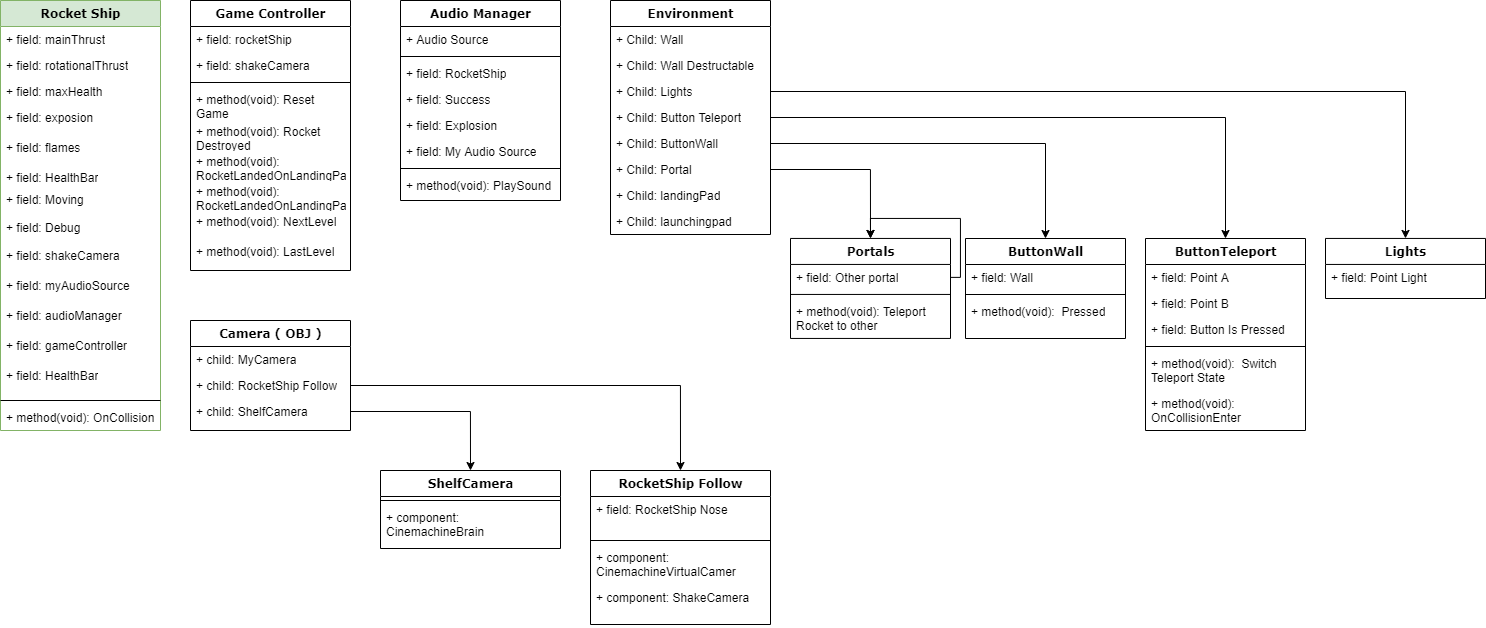
This is README_Img/Level-Object-Diagram.png from Kayyo321/Rocket-Ship-Platformer, a draw.io export, as it was before one commit. Source tidied: cells renumbered, new cells last; positions are measured from the earlier drawing's top-left corner, leaving out a move shared by most shapes.
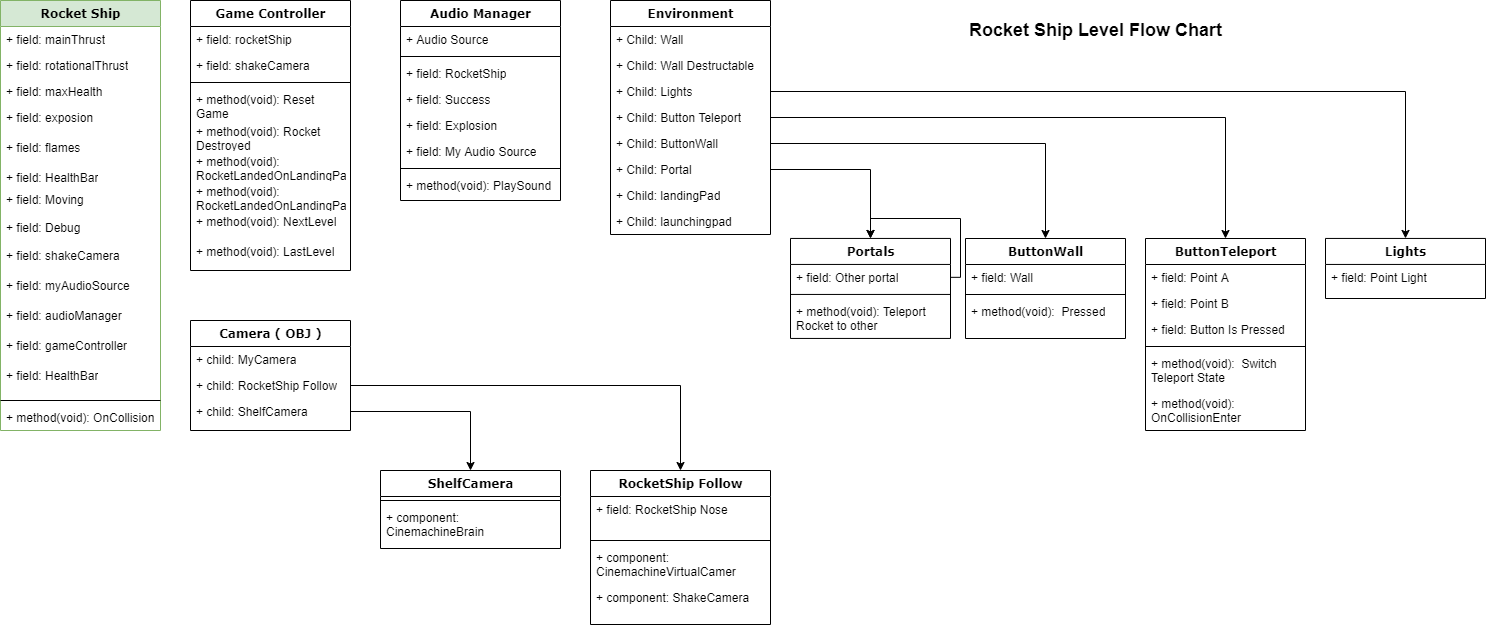
The same file after the commit.

Commit message:
Changed Level-Object-Diagram Path

The edit, as a diff of the source:
```diff
@@ -248,5 +248,8 @@
     <mxCell id="81" style="edgeStyle=orthogonalEdgeStyle;rounded=0;jettySize=auto;html=1;entryX=0.5;entryY=0;entryDx=0;entryDy=0;" parent="1" edge="1" source="5" target="42">
       <mxGeometry relative="1" as="geometry" />
     </mxCell>
+    <mxCell id="82" value="&lt;font style=&quot;font-size: 18px&quot;&gt;&lt;b&gt;Rocket Ship Level Flow Chart&lt;/b&gt;&lt;/font&gt;" style="text;html=1;align=center;verticalAlign=middle;fillColor=none;strokeColor=none;rounded=0;" parent="1" vertex="1">
+      <mxGeometry x="960" y="20" width="270" height="20" as="geometry" />
+    </mxCell>
   </root>
 </mxGraphModel>
```
